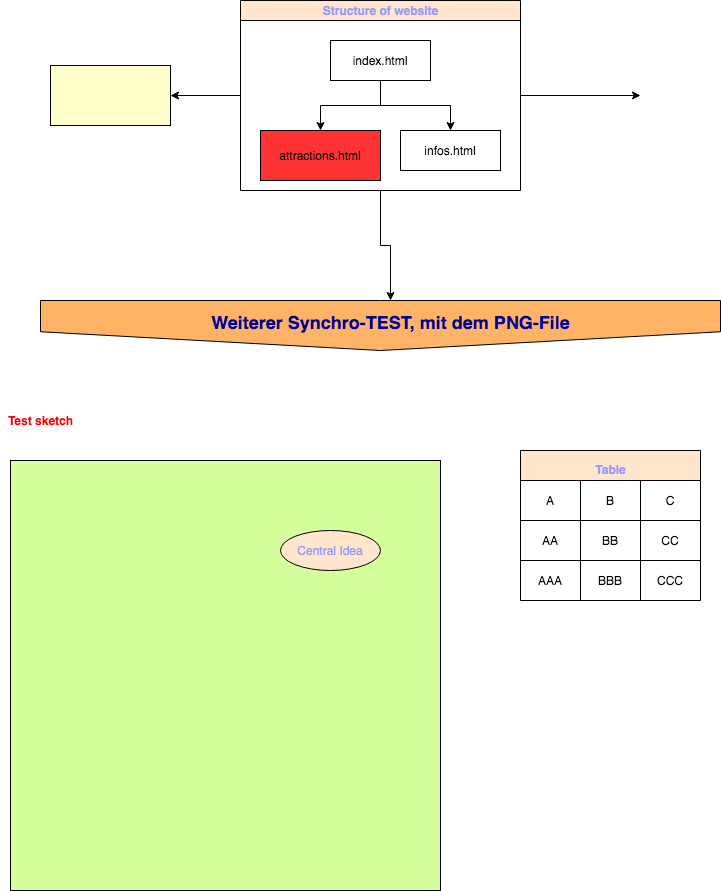
This is Untitled Diagram.png from meflix/themepark, a draw.io export, as it was before one commit. Source tidied: cells renumbered, new cells last; positions are measured from the earlier drawing's top-left corner, leaving out a move shared by most shapes.
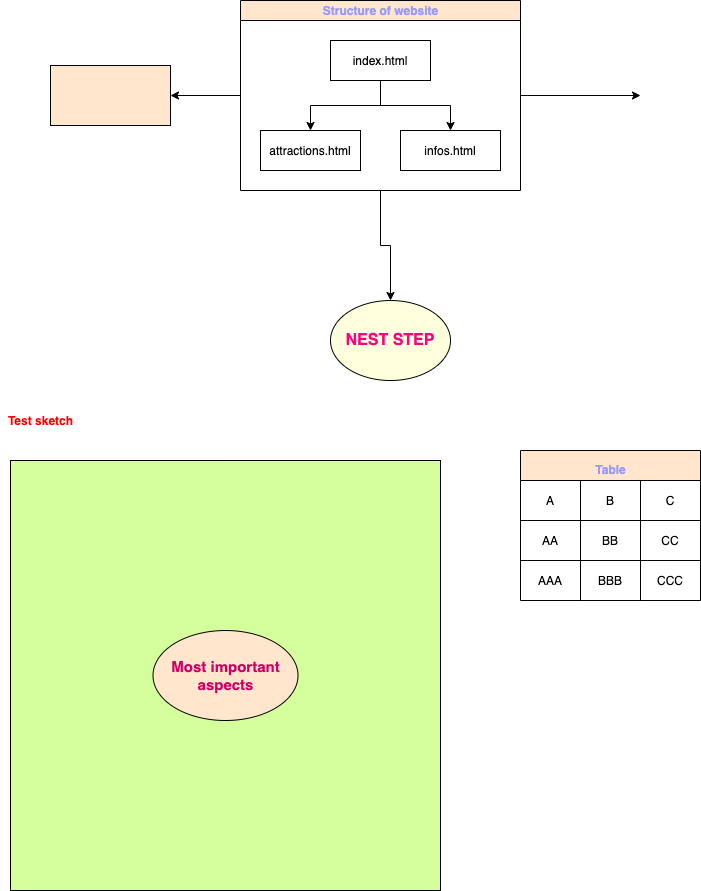
After the commit.

Commit message:
jetzt ncohmals versuchen - png file sollte jetzt auf neustem Stand sein - bitte das überprüfen

Change to the diagram source:
```diff
@@ -100,8 +100,8 @@
     <mxCell id="30" value="index.html" style="whiteSpace=wrap;html=1;" parent="29" vertex="1">
       <mxGeometry x="90" y="40" width="100" height="40" as="geometry" />
     </mxCell>
-    <mxCell id="31" value="attractions.html" style="whiteSpace=wrap;html=1;fillColor=#FF3333;" parent="29" vertex="1">
-      <mxGeometry x="20" y="130" width="120" height="50" as="geometry" />
+    <mxCell id="31" value="attractions.html" style="whiteSpace=wrap;html=1;" parent="29" vertex="1">
+      <mxGeometry x="20" y="130" width="100" height="40" as="geometry" />
     </mxCell>
     <mxCell id="32" style="edgeStyle=elbowEdgeStyle;elbow=vertical;html=1;rounded=0;" parent="29" edge="1" source="30" target="31">
       <mxGeometry relative="1" as="geometry" />
@@ -115,17 +115,14 @@
     <mxCell id="35" style="whiteSpace=wrap;html=1;fillColor=#D4FF9C;" parent="1" vertex="1">
       <mxGeometry x="10" y="460" width="430" height="430" as="geometry" />
     </mxCell>
-    <mxCell id="36" value="Central Idea" style="ellipse;whiteSpace=wrap;html=1;align=center;newEdgeStyle={&quot;edgeStyle&quot;:&quot;entityRelationEdgeStyle&quot;,&quot;startArrow&quot;:&quot;none&quot;,&quot;endArrow&quot;:&quot;none&quot;,&quot;segment&quot;:10,&quot;curved&quot;:1};fontColor=#9999FF;fillColor=#FFE6CC;" parent="1" vertex="1">
-      <mxGeometry x="280" y="530" width="100" height="40" as="geometry" />
+    <mxCell id="36" value="&lt;font color=&quot;#cc0066&quot; size=&quot;1&quot;&gt;&lt;b style=&quot;font-size: 15px&quot;&gt;Most important aspects&lt;/b&gt;&lt;/font&gt;" style="ellipse;whiteSpace=wrap;html=1;align=center;newEdgeStyle={&quot;edgeStyle&quot;:&quot;entityRelationEdgeStyle&quot;,&quot;startArrow&quot;:&quot;none&quot;,&quot;endArrow&quot;:&quot;none&quot;,&quot;segment&quot;:10,&quot;curved&quot;:1};fontColor=#9999FF;fillColor=#FFE6CC;" parent="1" vertex="1">
+      <mxGeometry x="152.5" y="630" width="145" height="90" as="geometry" />
     </mxCell>
-    <mxCell id="37" style="whiteSpace=wrap;html=1;fontColor=#9999FF;fontStyle=1;fillColor=#FFFFCC;startSize=20;" parent="1" vertex="1">
+    <mxCell id="37" style="whiteSpace=wrap;html=1;fontColor=#9999FF;fontStyle=1;fillColor=#FFE6CC;startSize=20;" parent="1" vertex="1">
       <mxGeometry x="50" y="65" width="120" height="60" as="geometry" />
     </mxCell>
-    <mxCell id="38" style="shape=offPageConnector;whiteSpace=wrap;html=1;fontColor=#9999FF;fillColor=#FFB366;" parent="1" vertex="1">
-      <mxGeometry x="40" y="300" width="680" height="50" as="geometry" />
-    </mxCell>
-    <mxCell id="39" value="Weiterer Synchro-TEST, mit dem PNG-File" style="text;html=1;align=center;verticalAlign=middle;fillColor=none;strokeColor=none;rounded=0;fontColor=#000099;fontStyle=1;fontSize=18;" parent="1" vertex="1">
-      <mxGeometry x="205" y="307" width="370" height="30" as="geometry" />
-    </mxCell>
+    <mxCell id="40" value="NEST STEP" style="ellipse;whiteSpace=wrap;html=1;fontColor=#FF0080;fontStyle=1;fontSize=16;fillColor=#FFFFDE;" parent="1" vertex="1">
+      <mxGeometry x="330" y="300" width="120" height="80" as="geometry" />
+    </mxCell>
   </root>
 </mxGraphModel>
```
